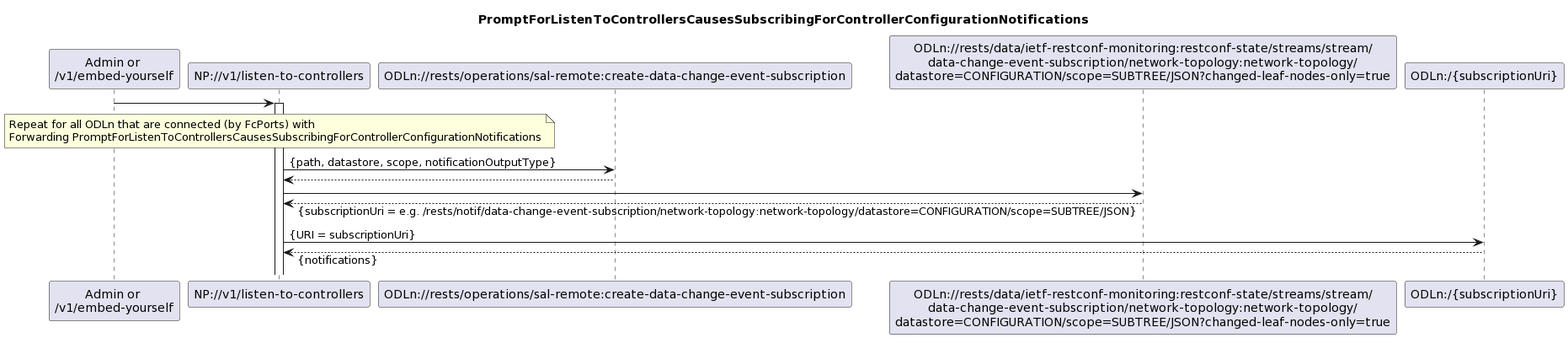
openBackhaul/NotificationProxy keeps this PlantUML diagram as spec/diagrams/is001_SubscribingForControllerConfigurationNotifications.png. Above is the earlier version. The source it was exported from:
```plantuml
@startuml
skinparam responseMessageBelowArrow true

title PromptForListenToControllersCausesSubscribingForControllerConfigurationNotifications

participant "Admin or \n/v1/embed-yourself" as Requestor
participant "NP://v1/listen-to-controllers" as NP_listen
participant "ODLn://rests/operations/sal-remote:create-data-change-event-subscription" as ODL_step1
participant "ODLn://rests/data/ietf-restconf-monitoring:restconf-state/streams/stream/\ndata-change-event-subscription/network-topology:network-topology/\ndatastore=CONFIGURATION/scope=SUBTREE/JSON?changed-leaf-nodes-only=true" as ODL_step2
participant "ODLn:/{subscriptionUri}" as ODL_step3

Requestor -> NP_listen
activate NP_listen

note over NP_listen
Repeat for all ODLn that are connected (by FcPorts) with
Forwarding PromptForListenToControllersCausesSubscribingForControllerConfigurationNotifications
end note

NP_listen -> ODL_step1: {path, datastore, scope, notificationOutputType}
ODL_step1 --> NP_listen

NP_listen -> ODL_step2
ODL_step2 --> NP_listen: {subscriptionUri = e.g. /rests/notif/data-change-event-subscription/network-topology:network-topology/datastore=CONFIGURATION/scope=SUBTREE/JSON}

NP_listen -> ODL_step3: {URI = subscriptionUri}
ODL_step3 --> NP_listen: {notifications}
@enduml
```
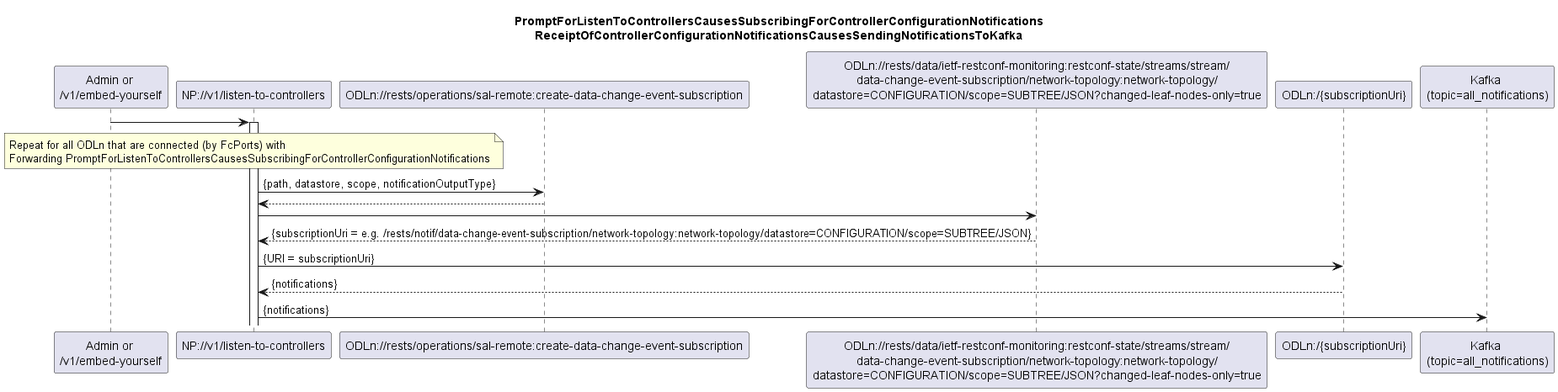
Above is the later version.

Commit message:
[Kafka] Update diagrams for Kafka usage Fixes #95

Change to the diagram source:
```diff
@@ -1,13 +1,17 @@
-@startuml
+@startuml is001_SubscribingForControllerConfigurationNotifications
 skinparam responseMessageBelowArrow true
 
-title PromptForListenToControllersCausesSubscribingForControllerConfigurationNotifications
+title
+  PromptForListenToControllersCausesSubscribingForControllerConfigurationNotifications
+  ReceiptOfControllerConfigurationNotificationsCausesSendingNotificationsToKafka
+end title
 
 participant "Admin or \n/v1/embed-yourself" as Requestor
 participant "NP://v1/listen-to-controllers" as NP_listen
 participant "ODLn://rests/operations/sal-remote:create-data-change-event-subscription" as ODL_step1
 participant "ODLn://rests/data/ietf-restconf-monitoring:restconf-state/streams/stream/\ndata-change-event-subscription/network-topology:network-topology/\ndatastore=CONFIGURATION/scope=SUBTREE/JSON?changed-leaf-nodes-only=true" as ODL_step2
 participant "ODLn:/{subscriptionUri}" as ODL_step3
+participant "Kafka \n(topic=all_notifications)" as Kafka
 
 Requestor -> NP_listen
 activate NP_listen
@@ -25,4 +29,7 @@
 
 NP_listen -> ODL_step3: {URI = subscriptionUri}
 ODL_step3 --> NP_listen: {notifications}
+
+NP_listen -> Kafka: {notifications}
+
 @enduml
```
